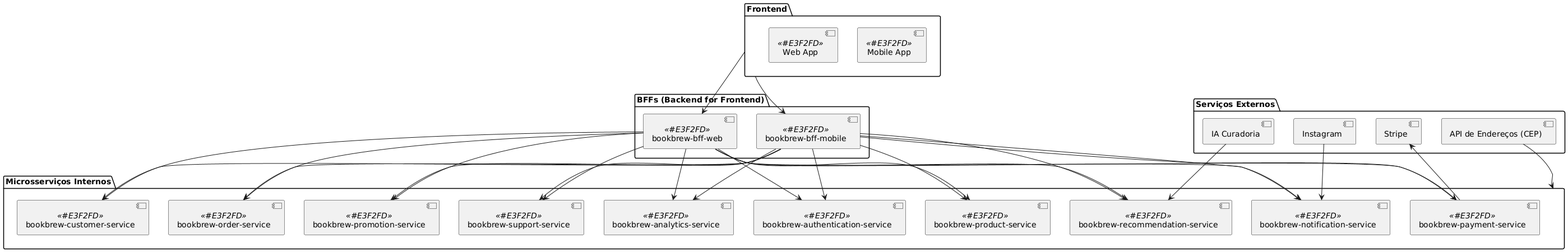
Above: Component Diagram/Component Diagram.png in pguirelli/bookbrew-docs (PlantUML), before the change. Its diagram source:
```plantuml
@startuml
!define RECTANGLE_COLOR #E3F2FD
!define RECTANGLE_BORDER #90CAF9

package "Frontend" as Frontend {
    [Mobile App] <<RECTANGLE_COLOR>>
    [Web App] <<RECTANGLE_COLOR>>
}

package "BFFs (Backend for Frontend)" as BFFs {
    [bookbrew-bff-mobile] <<RECTANGLE_COLOR>>
    [bookbrew-bff-web] <<RECTANGLE_COLOR>>
}

package "Microsserviços Internos" as Backend {
    [bookbrew-authentication-service] <<RECTANGLE_COLOR>>
    [bookbrew-notification-service] <<RECTANGLE_COLOR>>
    [bookbrew-recommendation-service] <<RECTANGLE_COLOR>>
    [bookbrew-promotion-service] <<RECTANGLE_COLOR>>
    [bookbrew-order-service] <<RECTANGLE_COLOR>>
    [bookbrew-customer-service] <<RECTANGLE_COLOR>>
    [bookbrew-product-service] <<RECTANGLE_COLOR>>
    [bookbrew-analytics-service] <<RECTANGLE_COLOR>>
    [bookbrew-support-service] <<RECTANGLE_COLOR>>
    [bookbrew-payment-service] <<RECTANGLE_COLOR>>
}

package "Serviços Externos" as External {
    [Stripe]
    [API de Endereços (CEP)]
    [Instagram]
    [IA Curadoria]
}

Frontend --> [bookbrew-bff-mobile]
Frontend --> [bookbrew-bff-web]

[bookbrew-bff-mobile] --> [bookbrew-authentication-service]
[bookbrew-bff-mobile] --> [bookbrew-notification-service]
[bookbrew-bff-mobile] --> [bookbrew-recommendation-service]
[bookbrew-bff-mobile] --> [bookbrew-promotion-service]
[bookbrew-bff-mobile] --> [bookbrew-order-service]
[bookbrew-bff-mobile] --> [bookbrew-customer-service]
[bookbrew-bff-mobile] --> [bookbrew-product-service]
[bookbrew-bff-mobile] --> [bookbrew-analytics-service]
[bookbrew-bff-mobile] --> [bookbrew-support-service]
[bookbrew-bff-mobile] --> [bookbrew-payment-service]

[bookbrew-bff-web] --> [bookbrew-authentication-service]
[bookbrew-bff-web] --> [bookbrew-notification-service]
[bookbrew-bff-web] --> [bookbrew-recommendation-service]
[bookbrew-bff-web] --> [bookbrew-promotion-service]
[bookbrew-bff-web] --> [bookbrew-order-service]
[bookbrew-bff-web] --> [bookbrew-customer-service]
[bookbrew-bff-web] --> [bookbrew-product-service]
[bookbrew-bff-web] --> [bookbrew-analytics-service]
[bookbrew-bff-web] --> [bookbrew-support-service]
[bookbrew-bff-web] --> [bookbrew-payment-service]

[bookbrew-payment-service] --> [Stripe]
[API de Endereços (CEP)] --> Backend
[Instagram] --> [bookbrew-notification-service]
[IA Curadoria] --> [bookbrew-recommendation-service]
@enduml
```
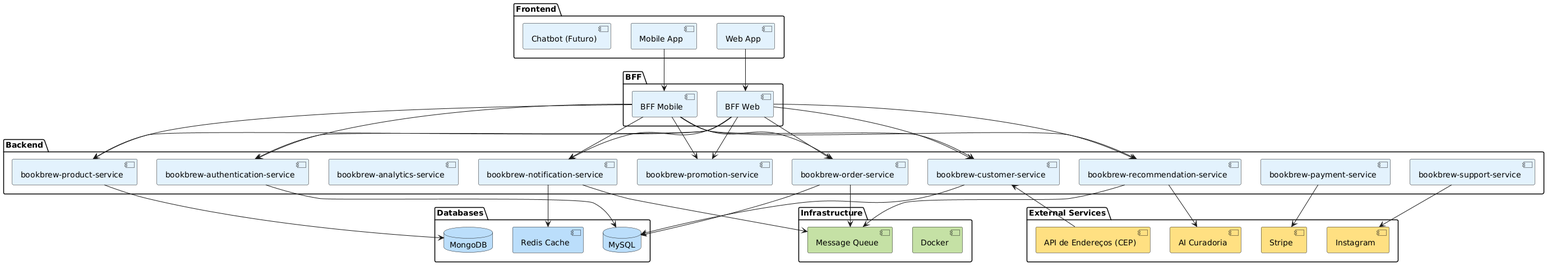
The same diagram one commit later.

Commit message:
:books: docs: update README and component diagram files

Diff of the diagram source:
```diff
@@ -1,64 +1,76 @@
 @startuml
-!define RECTANGLE_COLOR #E3F2FD
-!define RECTANGLE_BORDER #90CAF9
-
-package "Frontend" as Frontend {
-    [Mobile App] <<RECTANGLE_COLOR>>
-    [Web App] <<RECTANGLE_COLOR>>
+package "Frontend" {
+    [Web App] #E3F2FD
+    [Mobile App] #E3F2FD
+    [Chatbot (Futuro)] #E3F2FD
 }
 
-package "BFFs (Backend for Frontend)" as BFFs {
-    [bookbrew-bff-mobile] <<RECTANGLE_COLOR>>
-    [bookbrew-bff-web] <<RECTANGLE_COLOR>>
+package "BFF" {
+    [BFF Web] #E3F2FD
+    [BFF Mobile] #E3F2FD
 }
 
-package "Microsserviços Internos" as Backend {
-    [bookbrew-authentication-service] <<RECTANGLE_COLOR>>
-    [bookbrew-notification-service] <<RECTANGLE_COLOR>>
-    [bookbrew-recommendation-service] <<RECTANGLE_COLOR>>
-    [bookbrew-promotion-service] <<RECTANGLE_COLOR>>
-    [bookbrew-order-service] <<RECTANGLE_COLOR>>
-    [bookbrew-customer-service] <<RECTANGLE_COLOR>>
-    [bookbrew-product-service] <<RECTANGLE_COLOR>>
-    [bookbrew-analytics-service] <<RECTANGLE_COLOR>>
-    [bookbrew-support-service] <<RECTANGLE_COLOR>>
-    [bookbrew-payment-service] <<RECTANGLE_COLOR>>
+package "Backend" {
+    [bookbrew-authentication-service] #E3F2FD
+    [bookbrew-notification-service] #E3F2FD
+    [bookbrew-recommendation-service] #E3F2FD
+    [bookbrew-promotion-service] #E3F2FD
+    [bookbrew-order-service] #E3F2FD
+    [bookbrew-customer-service] #E3F2FD
+    [bookbrew-product-service] #E3F2FD
+    [bookbrew-analytics-service] #E3F2FD
+    [bookbrew-support-service] #E3F2FD
+    [bookbrew-payment-service] #E3F2FD
 }
 
-package "Serviços Externos" as External {
-    [Stripe]
-    [API de Endereços (CEP)]
-    [Instagram]
-    [IA Curadoria]
+package "Databases" {
+    database MySQL as MySQL #BBDEFB
+    database MongoDB as MongoDB #BBDEFB
+    [Redis Cache] #BBDEFB
 }
 
-Frontend --> [bookbrew-bff-mobile]
-Frontend --> [bookbrew-bff-web]
+package "External Services" {
+    [Stripe] #FFE082
+    [API de Endereços (CEP)] #FFE082
+    [Instagram] #FFE082
+    [AI Curadoria] #FFE082
+}
 
-[bookbrew-bff-mobile] --> [bookbrew-authentication-service]
-[bookbrew-bff-mobile] --> [bookbrew-notification-service]
-[bookbrew-bff-mobile] --> [bookbrew-recommendation-service]
-[bookbrew-bff-mobile] --> [bookbrew-promotion-service]
-[bookbrew-bff-mobile] --> [bookbrew-order-service]
-[bookbrew-bff-mobile] --> [bookbrew-customer-service]
-[bookbrew-bff-mobile] --> [bookbrew-product-service]
-[bookbrew-bff-mobile] --> [bookbrew-analytics-service]
-[bookbrew-bff-mobile] --> [bookbrew-support-service]
-[bookbrew-bff-mobile] --> [bookbrew-payment-service]
+package "Infrastructure" {
+    [Docker] #C5E1A5
+    [Message Queue] #C5E1A5
+}
 
-[bookbrew-bff-web] --> [bookbrew-authentication-service]
-[bookbrew-bff-web] --> [bookbrew-notification-service]
-[bookbrew-bff-web] --> [bookbrew-recommendation-service]
-[bookbrew-bff-web] --> [bookbrew-promotion-service]
-[bookbrew-bff-web] --> [bookbrew-order-service]
-[bookbrew-bff-web] --> [bookbrew-customer-service]
-[bookbrew-bff-web] --> [bookbrew-product-service]
-[bookbrew-bff-web] --> [bookbrew-analytics-service]
-[bookbrew-bff-web] --> [bookbrew-support-service]
-[bookbrew-bff-web] --> [bookbrew-payment-service]
+[Web App] --> [BFF Web]
+[Mobile App] --> [BFF Mobile]
 
+[BFF Web] --> [bookbrew-authentication-service]
+[BFF Web] --> [bookbrew-customer-service]
+[BFF Web] --> [bookbrew-product-service]
+[BFF Web] --> [bookbrew-order-service]
+[BFF Web] --> [bookbrew-promotion-service]
+[BFF Web] --> [bookbrew-notification-service]
+[BFF Web] --> [bookbrew-recommendation-service]
+
+[BFF Mobile] --> [bookbrew-authentication-service]
+[BFF Mobile] --> [bookbrew-customer-service]
+[BFF Mobile] --> [bookbrew-product-service]
+[BFF Mobile] --> [bookbrew-order-service]
+[BFF Mobile] --> [bookbrew-promotion-service]
+[BFF Mobile] --> [bookbrew-notification-service]
+[BFF Mobile] --> [bookbrew-recommendation-service]
+
+[bookbrew-authentication-service] --> MySQL
+[bookbrew-customer-service] --> MySQL
+[bookbrew-product-service] --> MongoDB
+[bookbrew-order-service] --> MySQL
+[bookbrew-notification-service] --> [Redis Cache]
+[bookbrew-recommendation-service] --> [AI Curadoria]
 [bookbrew-payment-service] --> [Stripe]
-[API de Endereços (CEP)] --> Backend
-[Instagram] --> [bookbrew-notification-service]
-[IA Curadoria] --> [bookbrew-recommendation-service]
+[bookbrew-support-service] --> [Instagram]
+[API de Endereços (CEP)] --> [bookbrew-customer-service]
+
+[bookbrew-notification-service] --> [Message Queue]
+[bookbrew-recommendation-service] --> [Message Queue]
+[bookbrew-order-service] --> [Message Queue]
 @enduml
```
